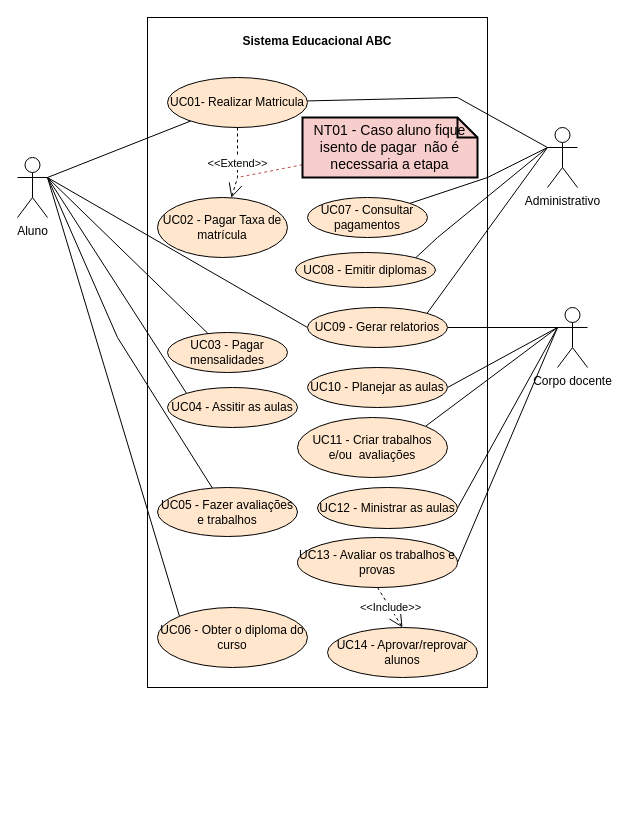
This is CasoDeUso/Diagrama de caso de uso.drawio from EAbeier/Analise-e-Modelagem-de-Sistemas, a draw.io file, before an edit. Source tidied: cells renumbered, new cells numbered last; positions are measured from the earlier drawing's top-left corner, leaving out a move shared by most shapes. Both pictures are drawn from the tidied source at 100%, with x=0, y=0 at pixel (17, 17).
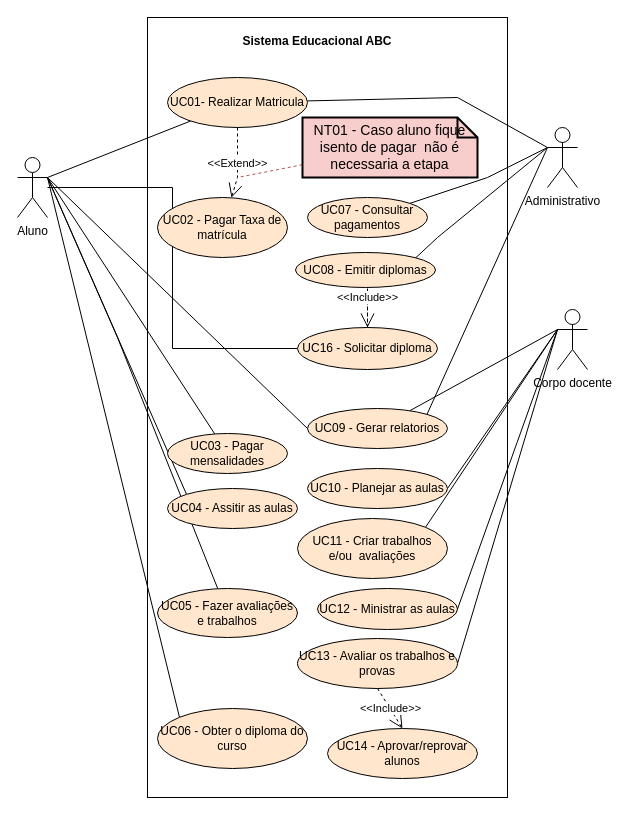
After the change.

Unchanged cells that the change refers to:
```xml
<mxCell id="9" value="Aluno" style="shape=umlActor;verticalLabelPosition=bottom;verticalAlign=top;html=1;outlineConnect=0;" parent="1" vertex="1">
  <mxGeometry y="140" width="30" height="60" as="geometry" />
</mxCell>
```

Change to the diagram source:
```diff
@@
     <mxCell id="2" style="rounded=0;whiteSpace=wrap;html=1;fillColor=none;" parent="1" vertex="1">
-      <mxGeometry x="130" width="340" height="670" as="geometry" />
+      <mxGeometry x="130" width="360" height="780" as="geometry" />
     </mxCell>
@@
+    <mxCell id="42" style="edgeStyle=orthogonalEdgeStyle;rounded=0;jettySize=auto;html=1;entryX=0;entryY=0.5;entryDx=0;entryDy=0;endArrow=none;endFill=0;" parent="1" edge="1" source="9" target="43">
+      <mxGeometry relative="1" as="geometry" />
+    </mxCell>
@@
     <mxCell id="23" style="edgeStyle=none;rounded=0;jettySize=auto;html=1;endArrow=none;endFill=0;entryX=1;entryY=0;entryDx=0;entryDy=0;" parent="1" edge="1" target="38">
       <mxGeometry relative="1" as="geometry">
-        <mxPoint x="540" y="310" as="sourcePoint" />
+        <mxPoint x="540" y="312" as="sourcePoint" />
       </mxGeometry>
     </mxCell>
     <mxCell id="24" style="edgeStyle=none;rounded=0;jettySize=auto;html=1;endArrow=none;endFill=0;" parent="1" edge="1" target="35">
       <mxGeometry relative="1" as="geometry">
-        <mxPoint x="540" y="310" as="sourcePoint" />
+        <mxPoint x="540" y="312" as="sourcePoint" />
       </mxGeometry>
     </mxCell>
     <mxCell id="25" value="Corpo docente" style="shape=umlActor;verticalLabelPosition=bottom;verticalAlign=top;html=1;outlineConnect=0;strokeColor=#000000;" parent="1" vertex="1">
-      <mxGeometry x="540" y="290" width="30" height="60" as="geometry" />
+      <mxGeometry x="540" y="292" width="30" height="60" as="geometry" />
     </mxCell>
     <mxCell id="26" value="UC03 - Pagar mensalidades" style="ellipse;whiteSpace=wrap;html=1;strokeColor=#000000;fillColor=#ffe6cc;" parent="1" vertex="1">
-      <mxGeometry x="150" y="315" width="120" height="40" as="geometry" />
+      <mxGeometry x="150" y="416" width="120" height="40" as="geometry" />
     </mxCell>
     <mxCell id="27" value="UC10 - Planejar as aulas" style="ellipse;whiteSpace=wrap;html=1;strokeColor=#000000;fillColor=#ffe6cc;" parent="1" vertex="1">
-      <mxGeometry x="290" y="350" width="140" height="40" as="geometry" />
+      <mxGeometry x="290" y="451" width="140" height="40" as="geometry" />
     </mxCell>
     <mxCell id="28" value="UC12 - Ministrar as aulas" style="ellipse;whiteSpace=wrap;html=1;strokeColor=#000000;fillColor=#FFE6CC;" parent="1" vertex="1">
-      <mxGeometry x="300" y="470" width="140" height="41" as="geometry" />
+      <mxGeometry x="300" y="571" width="140" height="41" as="geometry" />
     </mxCell>
     <mxCell id="29" value="UC04 - Assitir as aulas" style="ellipse;whiteSpace=wrap;html=1;strokeColor=#000000;fillColor=#FFE6CC;" parent="1" vertex="1">
-      <mxGeometry x="150" y="370" width="130" height="40" as="geometry" />
+      <mxGeometry x="150" y="471" width="130" height="40" as="geometry" />
     </mxCell>
     <mxCell id="30" value="UC05 - Fazer avaliações e trabalhos" style="ellipse;whiteSpace=wrap;html=1;strokeColor=#000000;fillColor=#FFE6CC;" parent="1" vertex="1">
-      <mxGeometry x="140" y="470" width="140" height="49" as="geometry" />
+      <mxGeometry x="140" y="571" width="140" height="49" as="geometry" />
     </mxCell>
     <mxCell id="31" value="UC13 - Avaliar os trabalhos e provas" style="ellipse;whiteSpace=wrap;html=1;strokeColor=#000000;fillColor=#FFE6CC;" parent="1" vertex="1">
-      <mxGeometry x="280" y="520" width="160" height="50" as="geometry" />
+      <mxGeometry x="280" y="621" width="160" height="50" as="geometry" />
     </mxCell>
     <mxCell id="32" value="UC06 - Obter o diploma do curso" style="ellipse;whiteSpace=wrap;html=1;strokeColor=#000000;fillColor=#FFE6CC;" parent="1" vertex="1">
-      <mxGeometry x="140" y="590" width="150" height="60" as="geometry" />
+      <mxGeometry x="140" y="691" width="150" height="60" as="geometry" />
     </mxCell>
@@
     <mxCell id="35" value="UC09 - Gerar relatorios" style="ellipse;whiteSpace=wrap;html=1;strokeColor=#000000;fillColor=#FFE6CC;" parent="1" vertex="1">
-      <mxGeometry x="290" y="290" width="140" height="40" as="geometry" />
+      <mxGeometry x="290" y="391" width="140" height="40" as="geometry" />
     </mxCell>
@@
     <mxCell id="37" value="UC14 - Aprovar/reprovar alunos" style="ellipse;whiteSpace=wrap;html=1;strokeColor=#000000;fillColor=#FFE6CC;" parent="1" vertex="1">
-      <mxGeometry x="310" y="610" width="150" height="50" as="geometry" />
+      <mxGeometry x="310" y="711" width="150" height="50" as="geometry" />
     </mxCell>
     <mxCell id="38" value="UC11 - Criar trabalhos e/ou&amp;nbsp; avaliações" style="ellipse;whiteSpace=wrap;html=1;strokeColor=#000000;fillColor=#FFE6CC;" parent="1" vertex="1">
-      <mxGeometry x="280" y="400" width="150" height="60" as="geometry" />
+      <mxGeometry x="280" y="501" width="150" height="60" as="geometry" />
     </mxCell>
@@
+    <mxCell id="43" value="UC16 - Solicitar diploma" style="ellipse;whiteSpace=wrap;html=1;strokeColor=#000000;fillColor=#FFE6CC;" parent="1" vertex="1">
+      <mxGeometry x="280" y="310" width="140" height="42" as="geometry" />
+    </mxCell>
+    <mxCell id="44" value="&amp;lt;&amp;lt;Include&amp;gt;&amp;gt;" style="endArrow=open;endSize=12;dashed=1;html=1;rounded=0;exitX=0.5;exitY=0;exitDx=0;exitDy=0;" parent="1" edge="1" source="43">
+      <mxGeometry x="0.25" relative="1" as="geometry">
+        <mxPoint x="350" y="310" as="targetPoint" />
+        <Array as="points">
+          <mxPoint x="350" y="270" />
+        </Array>
+      </mxGeometry>
+    </mxCell>
```
